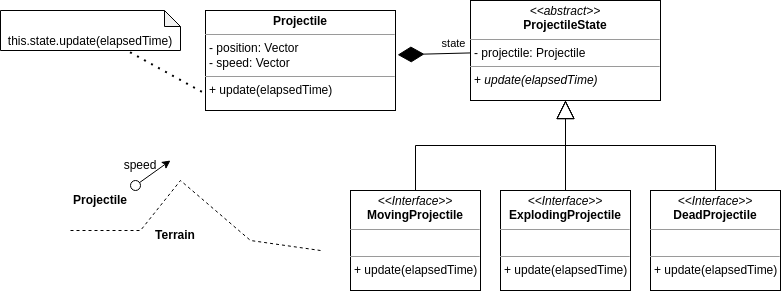
Earlier version of the draw.io export src/annexe/design_pattern/behavior/uml/UML_State-Projectile.drawio.png (mborne/cours-patron-conception). Source tidied: cells renumbered, new cells last; positions are measured from the earlier drawing's top-left corner, leaving out a move shared by most shapes.
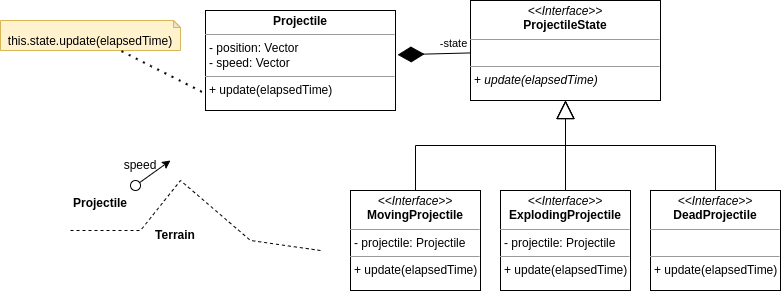
Later version of the same file.

What changed in the source:
```diff
@@ -5,21 +5,21 @@
     <mxCell id="2" value="&lt;p style=&quot;margin:0px;margin-top:4px;text-align:center;&quot;&gt;&lt;b&gt;Projectile&lt;/b&gt;&lt;/p&gt;&lt;hr size=&quot;1&quot;&gt;&lt;p style=&quot;margin:0px;margin-left:4px;&quot;&gt;- position: Vector&lt;br&gt;- speed: Vector&lt;/p&gt;&lt;hr size=&quot;1&quot;&gt;&lt;p style=&quot;margin:0px;margin-left:4px;&quot;&gt;+ update(elapsedTime)&lt;/p&gt;" style="verticalAlign=top;align=left;overflow=fill;fontSize=12;fontFamily=Helvetica;html=1;rounded=0;shadow=0;comic=0;labelBackgroundColor=none;strokeWidth=1;" parent="1" vertex="1">
       <mxGeometry x="205" y="10" width="190" height="100" as="geometry" />
     </mxCell>
-    <mxCell id="3" value="&lt;p style=&quot;margin:0px;margin-top:4px;text-align:center;&quot;&gt;&lt;i&gt;&amp;lt;&amp;lt;abstract&amp;gt;&amp;gt;&lt;/i&gt;&lt;br&gt;&lt;b&gt;Projectile&lt;/b&gt;&lt;b&gt;State&lt;/b&gt;&lt;/p&gt;&lt;hr size=&quot;1&quot;&gt;&lt;p style=&quot;margin:0px;margin-left:4px;&quot;&gt;- projectile: Projectile&lt;/p&gt;&lt;hr size=&quot;1&quot;&gt;&lt;p style=&quot;margin:0px;margin-left:4px;&quot;&gt;+ &lt;i&gt;update(elapsedTime)&lt;/i&gt;&lt;/p&gt;" style="verticalAlign=top;align=left;overflow=fill;fontSize=12;fontFamily=Helvetica;html=1;rounded=0;shadow=0;comic=0;labelBackgroundColor=none;strokeWidth=1;" parent="1" vertex="1">
+    <mxCell id="3" value="&lt;p style=&quot;margin:0px;margin-top:4px;text-align:center;&quot;&gt;&lt;i&gt;&amp;lt;&amp;lt;Interface&amp;gt;&amp;gt;&lt;/i&gt;&lt;br&gt;&lt;b&gt;Projectile&lt;/b&gt;&lt;b&gt;State&lt;/b&gt;&lt;/p&gt;&lt;hr size=&quot;1&quot;&gt;&lt;p style=&quot;margin:0px;margin-left:4px;&quot;&gt;&lt;br&gt;&lt;/p&gt;&lt;hr size=&quot;1&quot;&gt;&lt;p style=&quot;margin:0px;margin-left:4px;&quot;&gt;+ &lt;i&gt;update(elapsedTime)&lt;/i&gt;&lt;/p&gt;" style="verticalAlign=top;align=left;overflow=fill;fontSize=12;fontFamily=Helvetica;html=1;rounded=0;shadow=0;comic=0;labelBackgroundColor=none;strokeWidth=1;" parent="1" vertex="1">
       <mxGeometry x="470" width="190" height="100" as="geometry" />
     </mxCell>
     <mxCell id="4" style="endArrow=diamondThin;endFill=1;endSize=24;html=1;rounded=0;entryX=1.011;entryY=0.443;entryDx=0;entryDy=0;entryPerimeter=0;" parent="1" edge="1" source="3" target="2">
       <mxGeometry relative="1" as="geometry" />
     </mxCell>
-    <mxCell id="5" value="state" style="edgeLabel;html=1;align=center;verticalAlign=middle;" parent="4" vertex="1">
+    <mxCell id="5" value="-state" style="edgeLabel;html=1;align=center;verticalAlign=middle;" parent="4" vertex="1">
       <mxGeometry x="-0.76" y="-2" relative="1" as="geometry">
         <mxPoint x="-8" y="-8" as="offset" />
       </mxGeometry>
     </mxCell>
-    <mxCell id="6" value="&lt;p style=&quot;margin:0px;margin-top:4px;text-align:center;&quot;&gt;&lt;i&gt;&amp;lt;&amp;lt;Interface&amp;gt;&amp;gt;&lt;/i&gt;&lt;br&gt;&lt;b&gt;Moving&lt;/b&gt;&lt;b&gt;Projectile&lt;/b&gt;&lt;br&gt;&lt;/p&gt;&lt;hr size=&quot;1&quot;&gt;&lt;p style=&quot;margin:0px;margin-left:4px;&quot;&gt;&lt;br&gt;&lt;/p&gt;&lt;hr size=&quot;1&quot;&gt;&lt;p style=&quot;margin:0px;margin-left:4px;&quot;&gt;+ update(elapsedTime)&lt;/p&gt;&lt;p style=&quot;margin:0px;margin-left:4px;&quot;&gt;&lt;/p&gt;" style="verticalAlign=top;align=left;overflow=fill;fontSize=12;fontFamily=Helvetica;html=1;rounded=0;shadow=0;comic=0;labelBackgroundColor=none;strokeWidth=1;" parent="1" vertex="1">
+    <mxCell id="6" value="&lt;p style=&quot;margin:0px;margin-top:4px;text-align:center;&quot;&gt;&lt;i&gt;&amp;lt;&amp;lt;Interface&amp;gt;&amp;gt;&lt;/i&gt;&lt;br&gt;&lt;b&gt;Moving&lt;/b&gt;&lt;b&gt;Projectile&lt;/b&gt;&lt;br&gt;&lt;/p&gt;&lt;hr size=&quot;1&quot;&gt;&lt;p style=&quot;margin:0px;margin-left:4px;&quot;&gt;-&amp;nbsp;&lt;span style=&quot;background-color: initial;&quot;&gt;projectile:&amp;nbsp;&lt;/span&gt;&lt;span style=&quot;background-color: initial;&quot;&gt;Projectile&lt;/span&gt;&lt;/p&gt;&lt;hr size=&quot;1&quot;&gt;&lt;p style=&quot;margin:0px;margin-left:4px;&quot;&gt;&lt;span style=&quot;background-color: initial;&quot;&gt;+ update(elapsedTime)&lt;/span&gt;&lt;br&gt;&lt;/p&gt;&lt;p style=&quot;margin:0px;margin-left:4px;&quot;&gt;&lt;span style=&quot;background-color: initial;&quot;&gt;&lt;br&gt;&lt;/span&gt;&lt;/p&gt;&lt;p style=&quot;margin:0px;margin-left:4px;&quot;&gt;&lt;/p&gt;" style="verticalAlign=top;align=left;overflow=fill;fontSize=12;fontFamily=Helvetica;html=1;rounded=0;shadow=0;comic=0;labelBackgroundColor=none;strokeWidth=1;" parent="1" vertex="1">
       <mxGeometry x="350" y="190" width="130" height="100" as="geometry" />
     </mxCell>
-    <mxCell id="7" value="&lt;p style=&quot;margin:0px;margin-top:4px;text-align:center;&quot;&gt;&lt;i&gt;&amp;lt;&amp;lt;Interface&amp;gt;&amp;gt;&lt;/i&gt;&lt;br&gt;&lt;b&gt;Exploding&lt;/b&gt;&lt;b&gt;Projectile&lt;/b&gt;&lt;br&gt;&lt;/p&gt;&lt;hr size=&quot;1&quot;&gt;&lt;p style=&quot;margin:0px;margin-left:4px;&quot;&gt;&lt;br&gt;&lt;/p&gt;&lt;hr size=&quot;1&quot;&gt;&lt;p style=&quot;margin:0px;margin-left:4px;&quot;&gt;+ update(elapsedTime)&lt;/p&gt;&lt;p style=&quot;margin:0px;margin-left:4px;&quot;&gt;&lt;/p&gt;" style="verticalAlign=top;align=left;overflow=fill;fontSize=12;fontFamily=Helvetica;html=1;rounded=0;shadow=0;comic=0;labelBackgroundColor=none;strokeWidth=1;" parent="1" vertex="1">
+    <mxCell id="7" value="&lt;p style=&quot;margin:0px;margin-top:4px;text-align:center;&quot;&gt;&lt;i&gt;&amp;lt;&amp;lt;Interface&amp;gt;&amp;gt;&lt;/i&gt;&lt;br&gt;&lt;b&gt;Exploding&lt;/b&gt;&lt;b&gt;Projectile&lt;/b&gt;&lt;br&gt;&lt;/p&gt;&lt;hr size=&quot;1&quot;&gt;&lt;p style=&quot;margin:0px;margin-left:4px;&quot;&gt;-&amp;nbsp;&lt;span style=&quot;background-color: initial;&quot;&gt;projectile:&amp;nbsp;&lt;/span&gt;&lt;span style=&quot;background-color: initial;&quot;&gt;Projectile&lt;/span&gt;&lt;br&gt;&lt;/p&gt;&lt;hr size=&quot;1&quot;&gt;&lt;p style=&quot;margin:0px;margin-left:4px;&quot;&gt;+ update(elapsedTime)&lt;/p&gt;&lt;p style=&quot;margin:0px;margin-left:4px;&quot;&gt;&lt;/p&gt;" style="verticalAlign=top;align=left;overflow=fill;fontSize=12;fontFamily=Helvetica;html=1;rounded=0;shadow=0;comic=0;labelBackgroundColor=none;strokeWidth=1;" parent="1" vertex="1">
       <mxGeometry x="500" y="190" width="130" height="100" as="geometry" />
     </mxCell>
     <mxCell id="8" value="&lt;p style=&quot;margin:0px;margin-top:4px;text-align:center;&quot;&gt;&lt;i&gt;&amp;lt;&amp;lt;Interface&amp;gt;&amp;gt;&lt;/i&gt;&lt;br&gt;&lt;b&gt;DeadProjectile&lt;/b&gt;&lt;br&gt;&lt;/p&gt;&lt;hr size=&quot;1&quot;&gt;&lt;p style=&quot;margin:0px;margin-left:4px;&quot;&gt;&lt;br&gt;&lt;/p&gt;&lt;hr size=&quot;1&quot;&gt;&lt;p style=&quot;margin:0px;margin-left:4px;&quot;&gt;+ update(elapsedTime)&lt;/p&gt;&lt;p style=&quot;margin:0px;margin-left:4px;&quot;&gt;&lt;/p&gt;" style="verticalAlign=top;align=left;overflow=fill;fontSize=12;fontFamily=Helvetica;html=1;rounded=0;shadow=0;comic=0;labelBackgroundColor=none;strokeWidth=1;" parent="1" vertex="1">
@@ -66,8 +66,8 @@
     <mxCell id="17" value="&lt;b&gt;Projectile&lt;/b&gt;" style="text;html=1;strokeColor=none;fillColor=none;align=center;verticalAlign=middle;whiteSpace=wrap;rounded=0;" parent="1" vertex="1">
       <mxGeometry x="70" y="188" width="60" height="30" as="geometry" />
     </mxCell>
-    <mxCell id="18" value="this.state.update(elapsedTime)" style="shape=note;whiteSpace=wrap;html=1;backgroundOutline=1;darkOpacity=0.05;size=16;verticalAlign=bottom;" parent="1" vertex="1">
-      <mxGeometry y="10" width="180" height="40" as="geometry" />
+    <mxCell id="18" value="this.state.update(elapsedTime)" style="shape=note;whiteSpace=wrap;html=1;backgroundOutline=1;darkOpacity=0.05;size=7;verticalAlign=bottom;fillColor=#fff2cc;strokeColor=#d6b656;" parent="1" vertex="1">
+      <mxGeometry y="20" width="180" height="30" as="geometry" />
     </mxCell>
     <mxCell id="19" style="endArrow=none;dashed=1;html=1;dashPattern=1 3;strokeWidth=2;rounded=0;exitX=-0.019;exitY=0.813;exitDx=0;exitDy=0;exitPerimeter=0;" parent="1" edge="1" source="2" target="18">
       <mxGeometry relative="1" as="geometry" />
```
